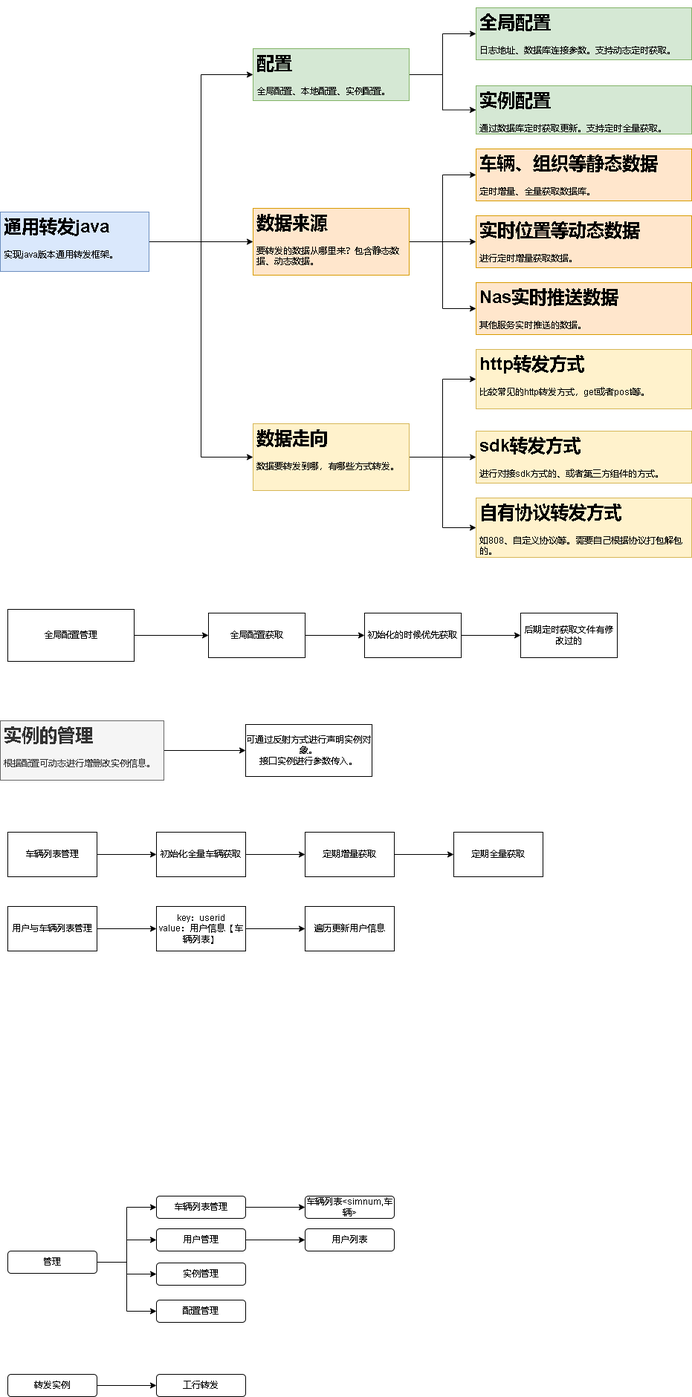
This is 通用转发java.drawio.png from xktder/draw, a draw.io export, as it was before one commit. Source tidied: cells renumbered, new cells last; positions are measured from the earlier drawing's top-left corner, leaving out a move shared by most shapes.
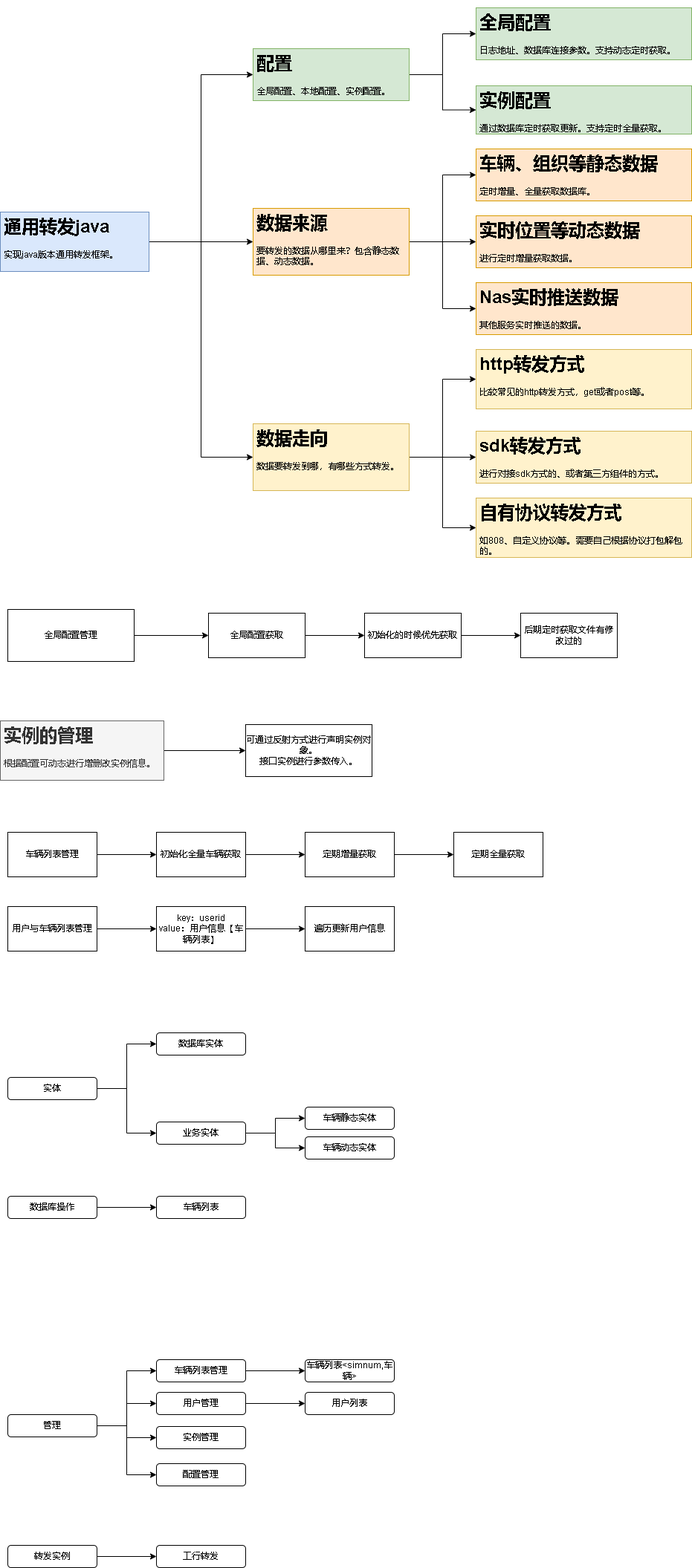
Above is the later version.

Commit message:
更新通用转发java.drawio.png

Diff of the diagram source:
```diff
@@ -150,40 +150,76 @@
       <mxGeometry relative="1" as="geometry" />
     </mxCell>
     <mxCell id="51" value="管理" style="rounded=1;whiteSpace=wrap;html=1;" parent="1" vertex="1">
-      <mxGeometry x="10" y="1674" width="120" height="30" as="geometry" />
+      <mxGeometry x="10" y="1894" width="120" height="30" as="geometry" />
     </mxCell>
     <mxCell id="52" style="edgeStyle=orthogonalEdgeStyle;rounded=0;jettySize=auto;html=1;" parent="1" edge="1" source="53" target="56">
       <mxGeometry relative="1" as="geometry" />
     </mxCell>
     <mxCell id="53" value="车辆列表管理" style="rounded=1;whiteSpace=wrap;html=1;" parent="1" vertex="1">
-      <mxGeometry x="210" y="1600" width="120" height="30" as="geometry" />
+      <mxGeometry x="210" y="1820" width="120" height="30" as="geometry" />
     </mxCell>
     <mxCell id="54" style="edgeStyle=orthogonalEdgeStyle;rounded=0;jettySize=auto;html=1;entryX=0;entryY=0.5;entryDx=0;entryDy=0;" parent="1" edge="1" source="55" target="58">
       <mxGeometry relative="1" as="geometry" />
     </mxCell>
     <mxCell id="55" value="用户管理" style="rounded=1;whiteSpace=wrap;html=1;" parent="1" vertex="1">
-      <mxGeometry x="210" y="1644" width="120" height="30" as="geometry" />
+      <mxGeometry x="210" y="1864" width="120" height="30" as="geometry" />
     </mxCell>
     <mxCell id="56" value="车辆列表&amp;lt;simnum,车辆&amp;gt;" style="rounded=1;whiteSpace=wrap;html=1;" parent="1" vertex="1">
-      <mxGeometry x="410" y="1600" width="120" height="30" as="geometry" />
+      <mxGeometry x="410" y="1820" width="120" height="30" as="geometry" />
     </mxCell>
     <mxCell id="57" value="实例管理" style="rounded=1;whiteSpace=wrap;html=1;" parent="1" vertex="1">
-      <mxGeometry x="210" y="1690" width="120" height="30" as="geometry" />
+      <mxGeometry x="210" y="1910" width="120" height="30" as="geometry" />
     </mxCell>
     <mxCell id="58" value="用户列表" style="rounded=1;whiteSpace=wrap;html=1;" parent="1" vertex="1">
-      <mxGeometry x="410" y="1644" width="120" height="30" as="geometry" />
+      <mxGeometry x="410" y="1864" width="120" height="30" as="geometry" />
     </mxCell>
     <mxCell id="59" style="edgeStyle=orthogonalEdgeStyle;rounded=0;jettySize=auto;html=1;" parent="1" edge="1" source="60" target="61">
       <mxGeometry relative="1" as="geometry" />
     </mxCell>
     <mxCell id="60" value="转发实例" style="rounded=1;whiteSpace=wrap;html=1;" parent="1" vertex="1">
-      <mxGeometry x="10" y="1840" width="120" height="30" as="geometry" />
+      <mxGeometry x="10" y="2070" width="120" height="30" as="geometry" />
     </mxCell>
     <mxCell id="61" value="工行转发" style="rounded=1;whiteSpace=wrap;html=1;" parent="1" vertex="1">
-      <mxGeometry x="210" y="1840" width="120" height="30" as="geometry" />
+      <mxGeometry x="210" y="2070" width="120" height="30" as="geometry" />
     </mxCell>
     <mxCell id="62" value="配置管理" style="rounded=1;whiteSpace=wrap;html=1;" parent="1" vertex="1">
-      <mxGeometry x="210" y="1740" width="120" height="30" as="geometry" />
+      <mxGeometry x="210" y="1960" width="120" height="30" as="geometry" />
     </mxCell>
+    <mxCell id="63" style="edgeStyle=orthogonalEdgeStyle;rounded=0;jettySize=auto;html=1;entryX=0;entryY=0.5;entryDx=0;entryDy=0;" parent="1" edge="1" source="65" target="69">
+      <mxGeometry relative="1" as="geometry" />
+    </mxCell>
+    <mxCell id="64" style="edgeStyle=orthogonalEdgeStyle;rounded=0;jettySize=auto;html=1;entryX=0;entryY=0.5;entryDx=0;entryDy=0;" parent="1" edge="1" source="65" target="66">
+      <mxGeometry relative="1" as="geometry" />
+    </mxCell>
+    <mxCell id="65" value="实体" style="rounded=1;whiteSpace=wrap;html=1;" parent="1" vertex="1">
+      <mxGeometry x="10" y="1440" width="120" height="30" as="geometry" />
+    </mxCell>
+    <mxCell id="66" value="数据库实体" style="rounded=1;whiteSpace=wrap;html=1;" parent="1" vertex="1">
+      <mxGeometry x="210" y="1380" width="120" height="30" as="geometry" />
+    </mxCell>
+    <mxCell id="67" style="edgeStyle=orthogonalEdgeStyle;rounded=0;jettySize=auto;html=1;" parent="1" edge="1" source="69" target="73">
+      <mxGeometry relative="1" as="geometry" />
+    </mxCell>
+    <mxCell id="68" style="edgeStyle=orthogonalEdgeStyle;rounded=0;jettySize=auto;html=1;entryX=0;entryY=0.5;entryDx=0;entryDy=0;" parent="1" edge="1" source="69" target="74">
+      <mxGeometry relative="1" as="geometry" />
+    </mxCell>
+    <mxCell id="69" value="业务实体" style="rounded=1;whiteSpace=wrap;html=1;" parent="1" vertex="1">
+      <mxGeometry x="210" y="1500" width="120" height="30" as="geometry" />
+    </mxCell>
+    <mxCell id="70" style="edgeStyle=orthogonalEdgeStyle;rounded=0;jettySize=auto;html=1;" parent="1" edge="1" source="71" target="72">
+      <mxGeometry relative="1" as="geometry" />
+    </mxCell>
+    <mxCell id="71" value="数据库操作" style="rounded=1;whiteSpace=wrap;html=1;" parent="1" vertex="1">
+      <mxGeometry x="10" y="1600" width="120" height="30" as="geometry" />
+    </mxCell>
+    <mxCell id="72" value="车辆列表" style="rounded=1;whiteSpace=wrap;html=1;" parent="1" vertex="1">
+      <mxGeometry x="210" y="1600" width="120" height="30" as="geometry" />
+    </mxCell>
+    <mxCell id="73" value="车辆静态实体" style="rounded=1;whiteSpace=wrap;html=1;" parent="1" vertex="1">
+      <mxGeometry x="410" y="1480" width="120" height="30" as="geometry" />
+    </mxCell>
+    <mxCell id="74" value="车辆动态实体" style="rounded=1;whiteSpace=wrap;html=1;" parent="1" vertex="1">
+      <mxGeometry x="410" y="1520" width="120" height="30" as="geometry" />
+    </mxCell>
   </root>
 </mxGraphModel>
```
